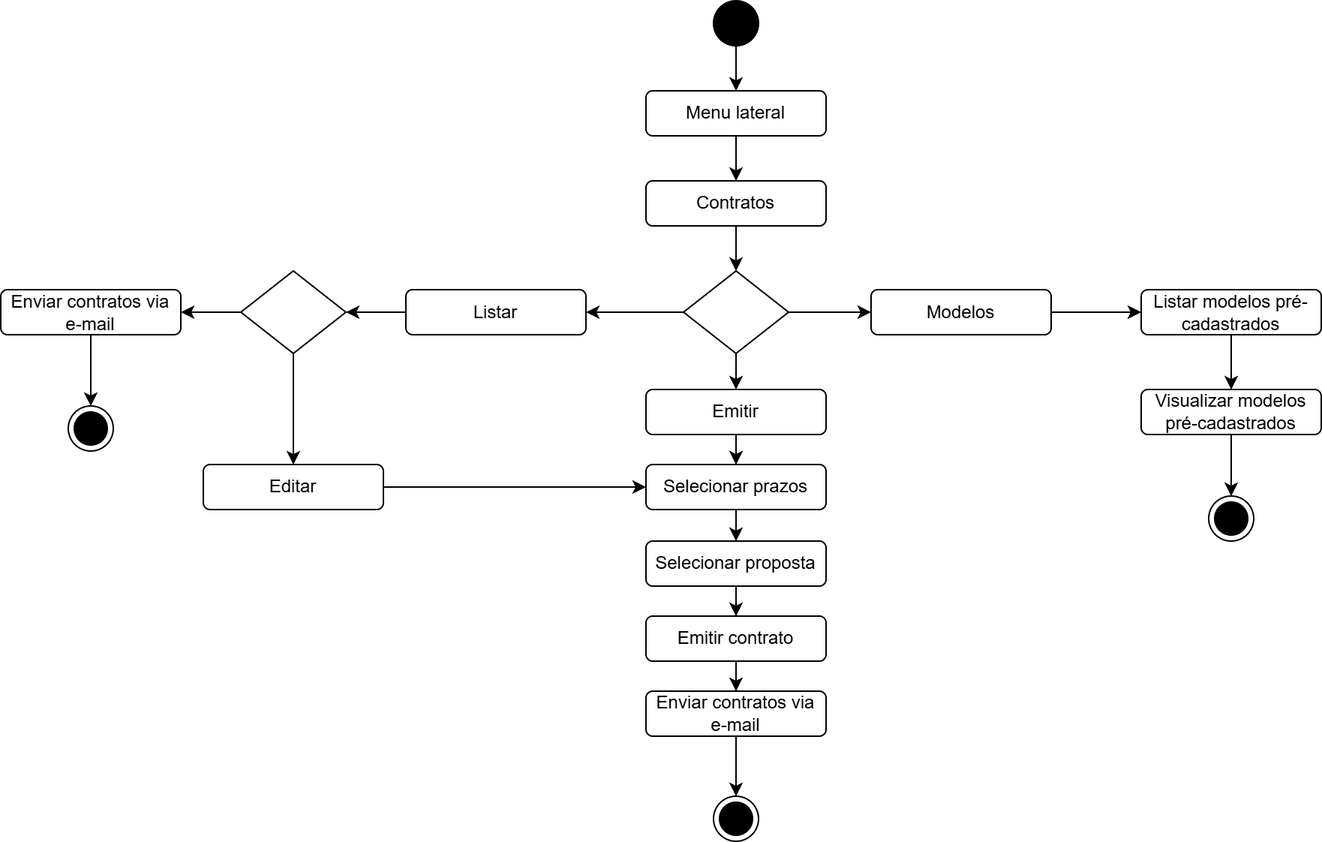
Above: Diagramas/atividades/png/atv_contratos.drawio.png in israel-bsi/realtyhub (draw.io), before the change. Source tidied: cells renumbered, new cells last; positions are measured from the earlier drawing's top-left corner, leaving out a move shared by most shapes.
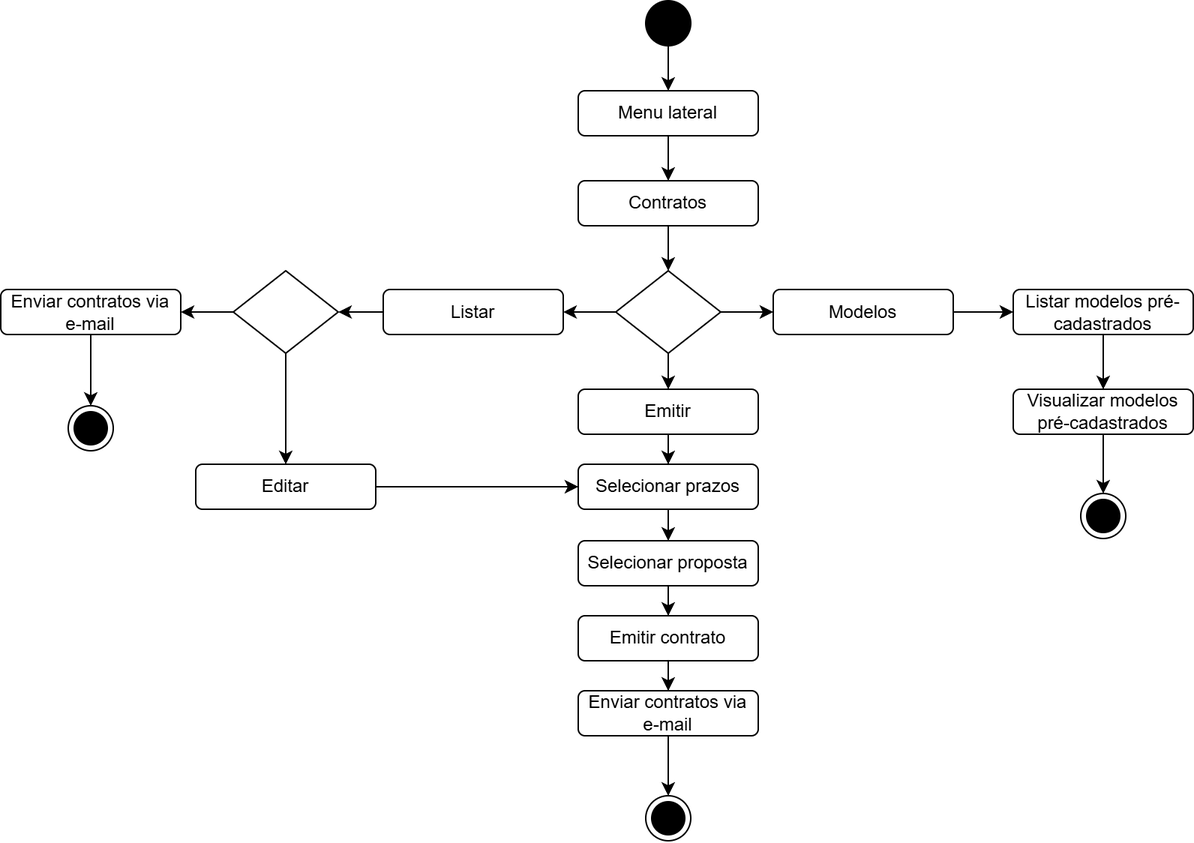
Above is the later version.

Commit message:
[Diagramas] - Diagramas de atividade de login, imoveis, contratos foram atualizados

The edit, as a diff of the source:
```diff
@@ -2,50 +2,50 @@
   <root>
     <mxCell id="0" />
     <mxCell id="1" parent="0" />
-    <mxCell id="2" style="ellipse;fillColor=strokeColor;html=1;" parent="1" vertex="1">
-      <mxGeometry x="475" width="30" height="30" as="geometry" />
-    </mxCell>
+    <mxCell id="40" style="ellipse;fillColor=strokeColor;html=1;" parent="1" vertex="1">
+      <mxGeometry x="475" width="30" height="30" as="geometry" />
+    </mxCell>
     <mxCell id="3" style="edgeStyle=orthogonalEdgeStyle;rounded=0;jettySize=auto;html=1;" parent="1" edge="1" source="4" target="6">
       <mxGeometry relative="1" as="geometry" />
     </mxCell>
     <mxCell id="4" value="Menu lateral" style="rounded=1;whiteSpace=wrap;html=1;" parent="1" vertex="1">
       <mxGeometry x="430" y="60" width="120" height="30" as="geometry" />
     </mxCell>
-    <mxCell id="5" style="edgeStyle=orthogonalEdgeStyle;rounded=0;jettySize=auto;html=1;" parent="1" edge="1" source="6" target="12">
-      <mxGeometry relative="1" as="geometry" />
-    </mxCell>
+    <mxCell id="41" style="edgeStyle=orthogonalEdgeStyle;rounded=0;jettySize=auto;html=1;" parent="1" edge="1" source="6" target="47">
+      <mxGeometry relative="1" as="geometry" />
+    </mxCell>
     <mxCell id="6" value="Contratos" style="rounded=1;whiteSpace=wrap;html=1;" parent="1" vertex="1">
       <mxGeometry x="430" y="120" width="120" height="30" as="geometry" />
     </mxCell>
-    <mxCell id="7" style="ellipse;shape=endState;fillColor=strokeColor;" parent="1" vertex="1">
-      <mxGeometry x="475" y="530" width="30" height="30" as="geometry" />
-    </mxCell>
-    <mxCell id="8" style="edgeStyle=orthogonalEdgeStyle;html=1;" parent="1" edge="1" source="2" target="4">
-      <mxGeometry relative="1" as="geometry" />
-    </mxCell>
-    <mxCell id="9" style="edgeStyle=orthogonalEdgeStyle;rounded=0;jettySize=auto;html=1;" parent="1" edge="1" source="12" target="14">
-      <mxGeometry relative="1" as="geometry" />
-    </mxCell>
-    <mxCell id="10" style="edgeStyle=orthogonalEdgeStyle;rounded=0;jettySize=auto;html=1;" parent="1" edge="1" source="12" target="16">
-      <mxGeometry relative="1" as="geometry" />
-    </mxCell>
-    <mxCell id="11" style="edgeStyle=orthogonalEdgeStyle;rounded=0;jettySize=auto;html=1;" parent="1" edge="1" source="12" target="18">
-      <mxGeometry relative="1" as="geometry" />
-    </mxCell>
-    <mxCell id="12" style="rhombus;" parent="1" vertex="1">
-      <mxGeometry x="455" y="180" width="70" height="55" as="geometry" />
-    </mxCell>
+    <mxCell id="42" style="ellipse;shape=endState;fillColor=strokeColor;" parent="1" vertex="1">
+      <mxGeometry x="475" y="530" width="30" height="30" as="geometry" />
+    </mxCell>
+    <mxCell id="43" style="edgeStyle=orthogonalEdgeStyle;html=1;" parent="1" edge="1" source="40" target="4">
+      <mxGeometry relative="1" as="geometry" />
+    </mxCell>
+    <mxCell id="44" style="edgeStyle=orthogonalEdgeStyle;rounded=0;jettySize=auto;html=1;" parent="1" edge="1" source="47" target="14">
+      <mxGeometry relative="1" as="geometry" />
+    </mxCell>
+    <mxCell id="45" style="edgeStyle=orthogonalEdgeStyle;rounded=0;jettySize=auto;html=1;" parent="1" edge="1" source="47" target="16">
+      <mxGeometry relative="1" as="geometry" />
+    </mxCell>
+    <mxCell id="46" style="edgeStyle=orthogonalEdgeStyle;rounded=0;jettySize=auto;html=1;" parent="1" edge="1" source="47" target="18">
+      <mxGeometry relative="1" as="geometry" />
+    </mxCell>
+    <mxCell id="47" style="rhombus;" parent="1" vertex="1">
+      <mxGeometry x="455" y="180" width="70" height="55" as="geometry" />
+    </mxCell>
     <mxCell id="13" style="edgeStyle=orthogonalEdgeStyle;rounded=0;jettySize=auto;html=1;" parent="1" edge="1" source="14" target="20">
       <mxGeometry relative="1" as="geometry" />
     </mxCell>
     <mxCell id="14" value="Modelos" style="rounded=1;whiteSpace=wrap;html=1;" parent="1" vertex="1">
-      <mxGeometry x="580" y="192.5" width="120" height="30" as="geometry" />
+      <mxGeometry x="560" y="192.5" width="120" height="30" as="geometry" />
     </mxCell>
-    <mxCell id="15" style="edgeStyle=orthogonalEdgeStyle;rounded=0;jettySize=auto;html=1;" parent="1" edge="1" source="16" target="33">
-      <mxGeometry relative="1" as="geometry" />
-    </mxCell>
+    <mxCell id="48" style="edgeStyle=orthogonalEdgeStyle;rounded=0;jettySize=auto;html=1;" parent="1" edge="1" source="16" target="55">
+      <mxGeometry relative="1" as="geometry" />
+    </mxCell>
     <mxCell id="16" value="Listar" style="rounded=1;whiteSpace=wrap;html=1;" parent="1" vertex="1">
-      <mxGeometry x="270" y="192.5" width="120" height="30" as="geometry" />
+      <mxGeometry x="300" y="192.5" width="120" height="30" as="geometry" />
     </mxCell>
     <mxCell id="17" style="edgeStyle=orthogonalEdgeStyle;rounded=0;jettySize=auto;html=1;" parent="1" edge="1" source="18" target="24">
       <mxGeometry relative="1" as="geometry" />
@@ -57,13 +57,13 @@
       <mxGeometry relative="1" as="geometry" />
     </mxCell>
     <mxCell id="20" value="Listar modelos pré-cadastrados" style="rounded=1;whiteSpace=wrap;html=1;" parent="1" vertex="1">
-      <mxGeometry x="760" y="192.5" width="120" height="30" as="geometry" />
+      <mxGeometry x="720" y="192.5" width="120" height="30" as="geometry" />
     </mxCell>
-    <mxCell id="21" style="edgeStyle=orthogonalEdgeStyle;rounded=0;jettySize=auto;html=1;" parent="1" edge="1" source="22" target="38">
-      <mxGeometry relative="1" as="geometry" />
-    </mxCell>
+    <mxCell id="49" style="edgeStyle=orthogonalEdgeStyle;rounded=0;jettySize=auto;html=1;" parent="1" edge="1" source="22" target="58">
+      <mxGeometry relative="1" as="geometry" />
+    </mxCell>
     <mxCell id="22" value="Visualizar modelos pré-cadastrados" style="rounded=1;whiteSpace=wrap;html=1;" parent="1" vertex="1">
-      <mxGeometry x="760" y="259" width="120" height="30" as="geometry" />
+      <mxGeometry x="720" y="259" width="120" height="30" as="geometry" />
     </mxCell>
     <mxCell id="23" style="edgeStyle=orthogonalEdgeStyle;rounded=0;jettySize=auto;html=1;" parent="1" edge="1" source="24" target="26">
       <mxGeometry relative="1" as="geometry" />
@@ -77,44 +77,44 @@
     <mxCell id="26" value="Selecionar proposta" style="rounded=1;whiteSpace=wrap;html=1;" parent="1" vertex="1">
       <mxGeometry x="430" y="360" width="120" height="30" as="geometry" />
     </mxCell>
-    <mxCell id="27" style="edgeStyle=orthogonalEdgeStyle;rounded=0;jettySize=auto;html=1;" parent="1" edge="1" source="28" target="30">
-      <mxGeometry relative="1" as="geometry" />
-    </mxCell>
+    <mxCell id="50" style="edgeStyle=orthogonalEdgeStyle;rounded=0;jettySize=auto;html=1;" parent="1" edge="1" source="28" target="52">
+      <mxGeometry relative="1" as="geometry" />
+    </mxCell>
     <mxCell id="28" value="Emitir contrato" style="rounded=1;whiteSpace=wrap;html=1;" parent="1" vertex="1">
       <mxGeometry x="430" y="410" width="120" height="30" as="geometry" />
     </mxCell>
-    <mxCell id="29" style="edgeStyle=orthogonalEdgeStyle;rounded=0;jettySize=auto;html=1;" parent="1" edge="1" source="30" target="7">
-      <mxGeometry relative="1" as="geometry" />
-    </mxCell>
-    <mxCell id="30" value="Enviar contratos via e-mail" style="rounded=1;whiteSpace=wrap;html=1;" parent="1" vertex="1">
-      <mxGeometry x="430" y="460" width="120" height="30" as="geometry" />
-    </mxCell>
-    <mxCell id="31" style="edgeStyle=orthogonalEdgeStyle;rounded=0;jettySize=auto;html=1;" parent="1" edge="1" source="33" target="37">
-      <mxGeometry relative="1" as="geometry" />
-    </mxCell>
-    <mxCell id="32" style="edgeStyle=orthogonalEdgeStyle;rounded=0;jettySize=auto;html=1;" parent="1" edge="1" source="33" target="35">
-      <mxGeometry relative="1" as="geometry" />
-    </mxCell>
-    <mxCell id="33" style="rhombus;" parent="1" vertex="1">
-      <mxGeometry x="160" y="180" width="70" height="55" as="geometry" />
-    </mxCell>
+    <mxCell id="51" style="edgeStyle=orthogonalEdgeStyle;rounded=0;jettySize=auto;html=1;" parent="1" edge="1" source="52" target="42">
+      <mxGeometry relative="1" as="geometry" />
+    </mxCell>
+    <mxCell id="52" value="Enviar contratos via e-mail" style="rounded=1;whiteSpace=wrap;html=1;" parent="1" vertex="1">
+      <mxGeometry x="430" y="460" width="120" height="30" as="geometry" />
+    </mxCell>
+    <mxCell id="53" style="edgeStyle=orthogonalEdgeStyle;rounded=0;jettySize=auto;html=1;" parent="1" edge="1" source="55" target="57">
+      <mxGeometry relative="1" as="geometry" />
+    </mxCell>
+    <mxCell id="54" style="edgeStyle=orthogonalEdgeStyle;rounded=0;jettySize=auto;html=1;" parent="1" edge="1" source="55" target="35">
+      <mxGeometry relative="1" as="geometry" />
+    </mxCell>
+    <mxCell id="55" style="rhombus;" parent="1" vertex="1">
+      <mxGeometry x="200" y="180" width="70" height="55" as="geometry" />
+    </mxCell>
     <mxCell id="34" style="edgeStyle=orthogonalEdgeStyle;rounded=0;jettySize=auto;html=1;entryX=0;entryY=0.5;entryDx=0;entryDy=0;" parent="1" edge="1" source="35" target="24">
       <mxGeometry relative="1" as="geometry" />
     </mxCell>
     <mxCell id="35" value="Editar" style="rounded=1;whiteSpace=wrap;html=1;" parent="1" vertex="1">
-      <mxGeometry x="135" y="309" width="120" height="30" as="geometry" />
+      <mxGeometry x="175" y="309" width="120" height="30" as="geometry" />
     </mxCell>
-    <mxCell id="36" style="edgeStyle=orthogonalEdgeStyle;rounded=0;jettySize=auto;html=1;" parent="1" edge="1" source="37" target="39">
-      <mxGeometry relative="1" as="geometry" />
-    </mxCell>
-    <mxCell id="37" value="Enviar contratos via e-mail" style="rounded=1;whiteSpace=wrap;html=1;" parent="1" vertex="1">
-      <mxGeometry y="192.5" width="120" height="30" as="geometry" />
-    </mxCell>
-    <mxCell id="38" style="ellipse;shape=endState;fillColor=strokeColor;" parent="1" vertex="1">
-      <mxGeometry x="805" y="330" width="30" height="30" as="geometry" />
-    </mxCell>
-    <mxCell id="39" style="ellipse;shape=endState;fillColor=strokeColor;" parent="1" vertex="1">
-      <mxGeometry x="45" y="270" width="30" height="30" as="geometry" />
-    </mxCell>
+    <mxCell id="56" style="edgeStyle=orthogonalEdgeStyle;rounded=0;jettySize=auto;html=1;" parent="1" edge="1" source="57" target="59">
+      <mxGeometry relative="1" as="geometry" />
+    </mxCell>
+    <mxCell id="57" value="Enviar contratos via e-mail" style="rounded=1;whiteSpace=wrap;html=1;" parent="1" vertex="1">
+      <mxGeometry x="45" y="192.5" width="120" height="30" as="geometry" />
+    </mxCell>
+    <mxCell id="58" style="ellipse;shape=endState;fillColor=strokeColor;" parent="1" vertex="1">
+      <mxGeometry x="765" y="328.5" width="30" height="30" as="geometry" />
+    </mxCell>
+    <mxCell id="59" style="ellipse;shape=endState;fillColor=strokeColor;" parent="1" vertex="1">
+      <mxGeometry x="90" y="270" width="30" height="30" as="geometry" />
+    </mxCell>
   </root>
 </mxGraphModel>
```
